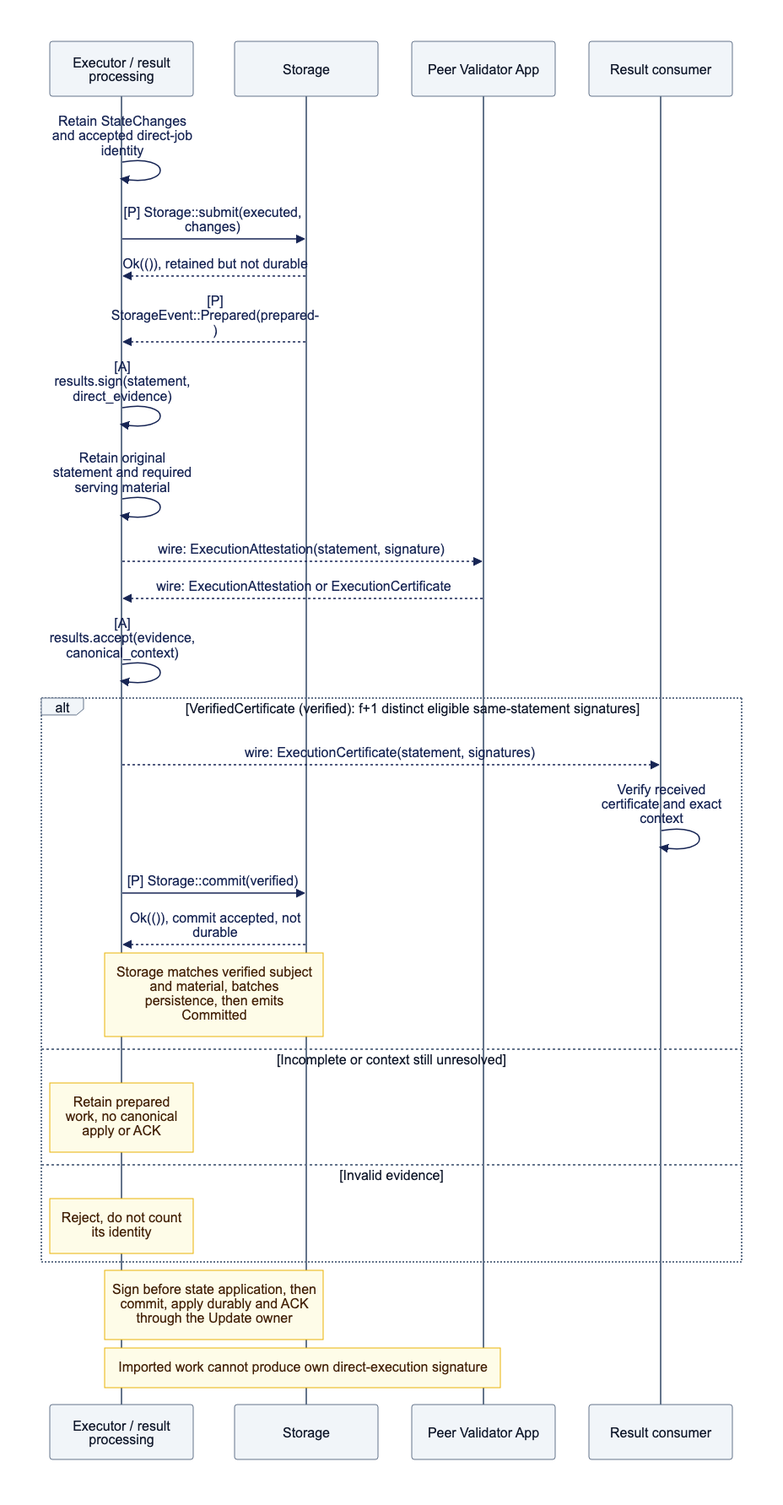
Earlier version of the Mermaid export docs/assets/diagrams/diagram-11.png (djm07073/baton). Its source is kept beside it as docs/assets/diagrams/diagram-11.mmd.
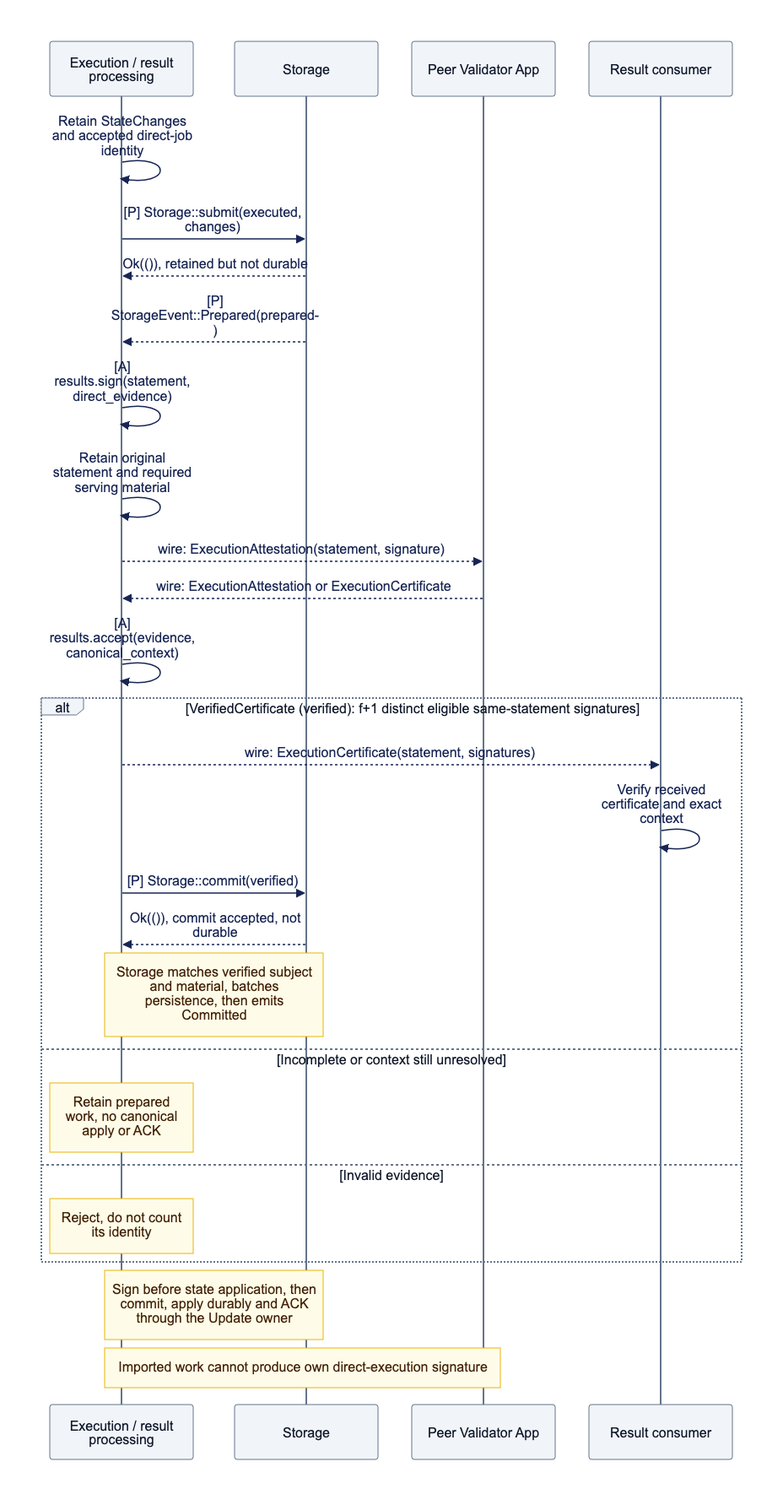
Later version of the same file.

What changed in the source:
```diff
@@ -1,5 +1,5 @@
 sequenceDiagram
-    participant A as Executor / result processing
+    participant A as Execution / result processing
     participant S as Storage
     participant P as Peer Validator App
     participant R as Result consumer
```
